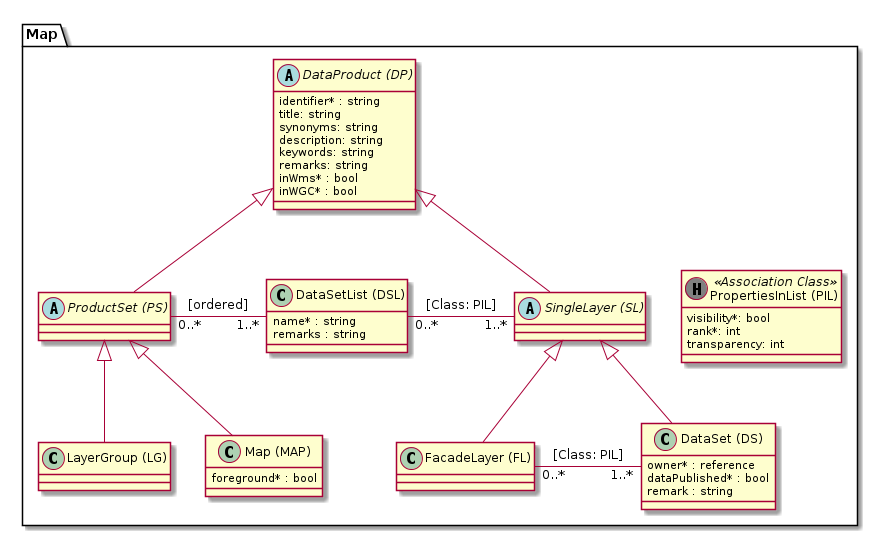
This is puml_output/simi_map.png from simi-so/mm, a PlantUML export, as it was before one commit.
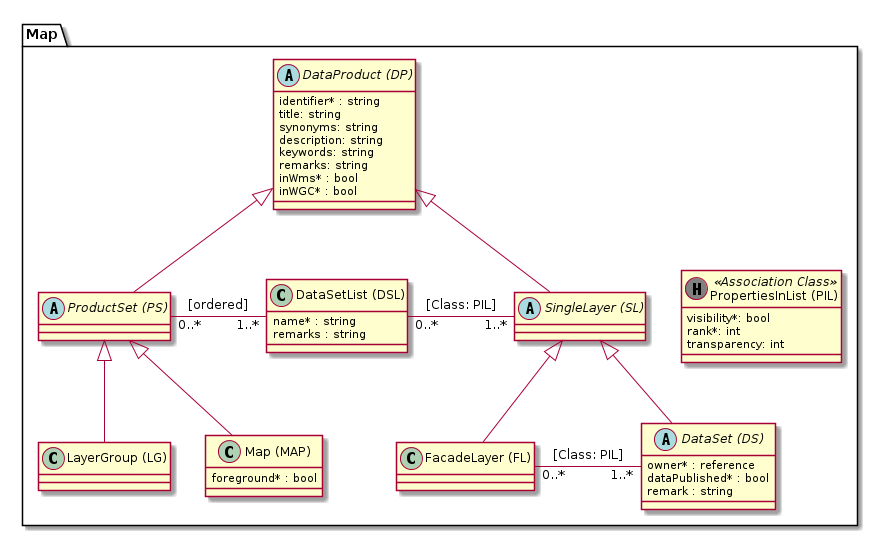
Above is the later version.

Diff of the diagram source:
```diff
@@ -25,7 +25,7 @@
 
   abstract class "SingleLayer (SL)" as sl
   class "FacadeLayer (FL)" as fl
-  class "DataSet (DS)" as ds {
+  abstract class "DataSet (DS)" as ds {
     owner* : reference
     dataPublished* : bool
     remark : string
```
